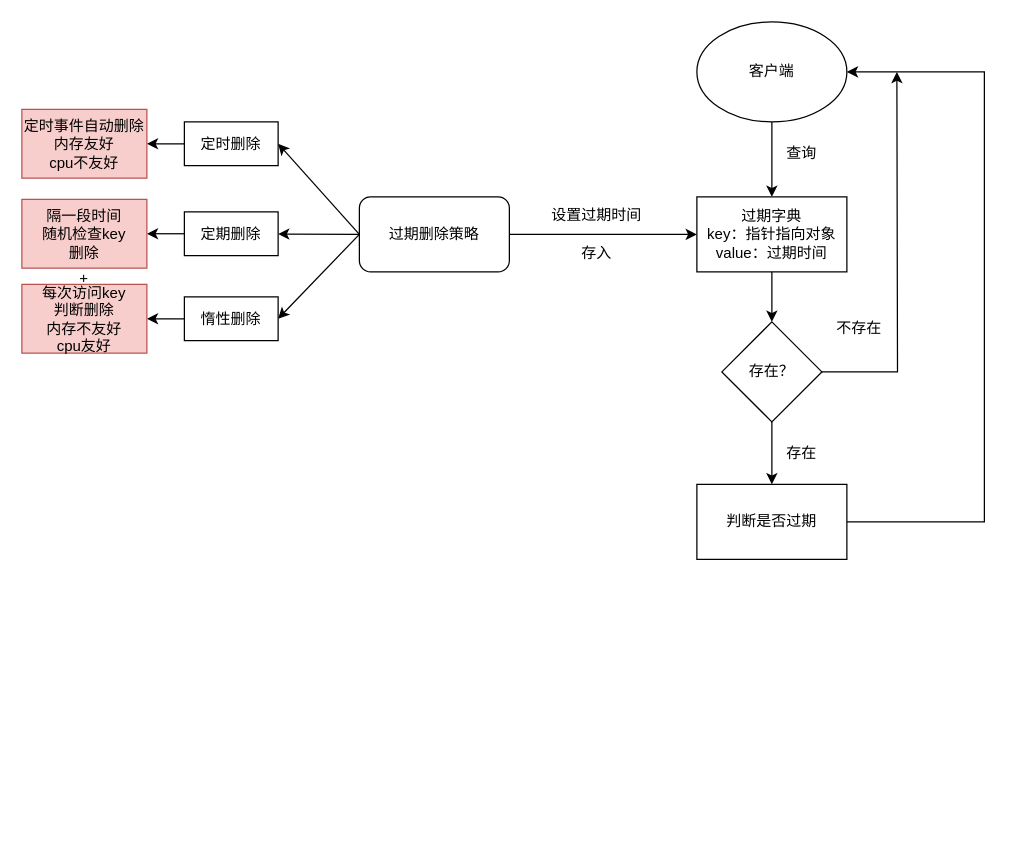
1155200424/diagrams keeps this draw.io diagram as Redis删除淘汰策略.drawio. Above is the earlier version. Source tidied: cells renumbered, new cells numbered last; positions are measured from the earlier drawing's top-left corner, leaving out a move shared by most shapes. Both pictures are drawn from the tidied source at 125%, with x=0, y=0 at pixel (21, 21).
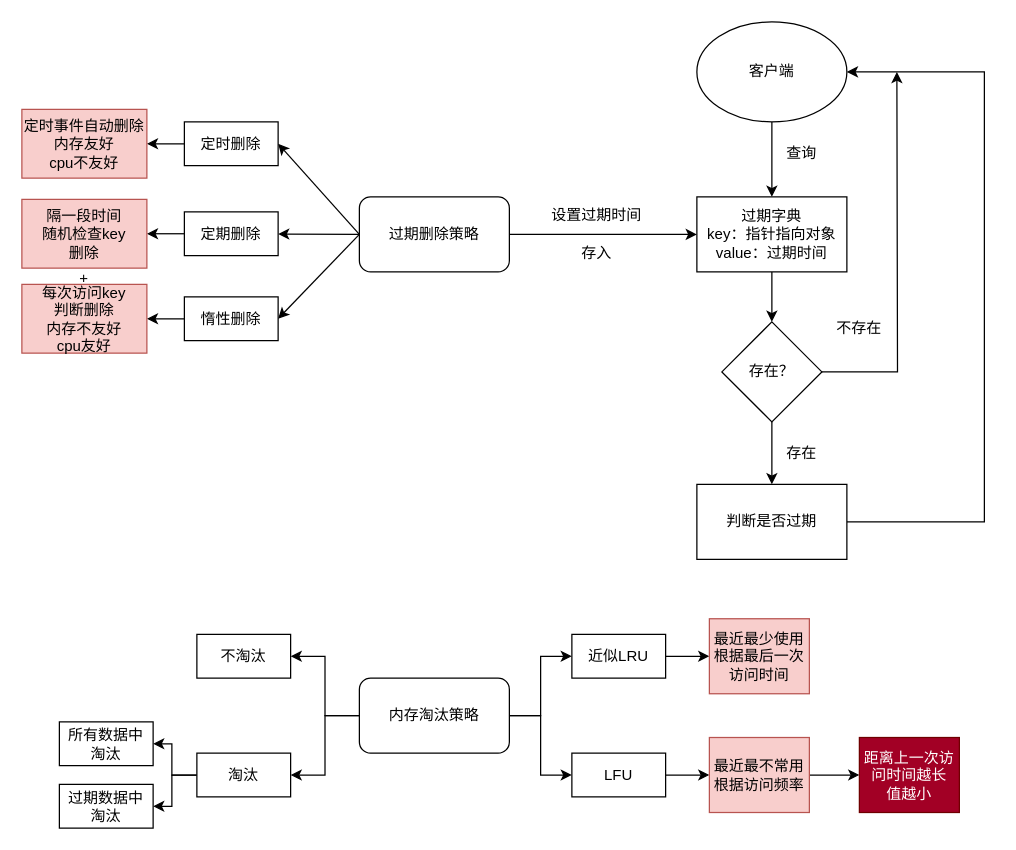
After the change.

Commit message (it also covers changes not shown here):
更新Redis删除淘汰策略.drawio

The edit, as a diff of the source:
```diff
@@
+    <mxCell id="32" style="edgeStyle=orthogonalEdgeStyle;rounded=0;jettySize=auto;html=1;exitX=0;exitY=0.5;exitDx=0;exitDy=0;entryX=1;entryY=0.5;entryDx=0;entryDy=0;" parent="1" edge="1" source="36" target="37">
+      <mxGeometry relative="1" as="geometry" />
+    </mxCell>
+    <mxCell id="33" style="edgeStyle=orthogonalEdgeStyle;rounded=0;jettySize=auto;html=1;exitX=0;exitY=0.5;exitDx=0;exitDy=0;entryX=1;entryY=0.5;entryDx=0;entryDy=0;" parent="1" edge="1" source="36" target="40">
+      <mxGeometry relative="1" as="geometry" />
+    </mxCell>
+    <mxCell id="34" style="edgeStyle=orthogonalEdgeStyle;rounded=0;jettySize=auto;html=1;exitX=1;exitY=0.5;exitDx=0;exitDy=0;entryX=0;entryY=0.5;entryDx=0;entryDy=0;" parent="1" edge="1" source="36" target="44">
+      <mxGeometry relative="1" as="geometry" />
+    </mxCell>
+    <mxCell id="35" style="edgeStyle=orthogonalEdgeStyle;rounded=0;jettySize=auto;html=1;exitX=1;exitY=0.5;exitDx=0;exitDy=0;entryX=0;entryY=0.5;entryDx=0;entryDy=0;" parent="1" edge="1" source="36" target="46">
+      <mxGeometry relative="1" as="geometry" />
+    </mxCell>
+    <mxCell id="36" value="内存淘汰策略" style="rounded=1;whiteSpace=wrap;html=1;" parent="1" vertex="1">
+      <mxGeometry x="270" y="525" width="120" height="60" as="geometry" />
+    </mxCell>
+    <mxCell id="37" value="不淘汰" style="rounded=0;whiteSpace=wrap;html=1;" parent="1" vertex="1">
+      <mxGeometry x="140" y="490" width="75" height="35" as="geometry" />
+    </mxCell>
+    <mxCell id="38" style="edgeStyle=orthogonalEdgeStyle;rounded=0;jettySize=auto;html=1;exitX=0;exitY=0.5;exitDx=0;exitDy=0;entryX=1;entryY=0.5;entryDx=0;entryDy=0;" parent="1" edge="1" source="40" target="41">
+      <mxGeometry relative="1" as="geometry" />
+    </mxCell>
+    <mxCell id="39" style="edgeStyle=orthogonalEdgeStyle;rounded=0;jettySize=auto;html=1;exitX=0;exitY=0.5;exitDx=0;exitDy=0;entryX=1;entryY=0.5;entryDx=0;entryDy=0;" parent="1" edge="1" source="40" target="42">
+      <mxGeometry relative="1" as="geometry" />
+    </mxCell>
+    <mxCell id="40" value="淘汰" style="rounded=0;whiteSpace=wrap;html=1;" parent="1" vertex="1">
+      <mxGeometry x="140" y="585" width="75" height="35" as="geometry" />
+    </mxCell>
+    <mxCell id="41" value="所有数据中&lt;br&gt;淘汰" style="rounded=0;whiteSpace=wrap;html=1;" parent="1" vertex="1">
+      <mxGeometry x="30" y="560" width="75" height="35" as="geometry" />
+    </mxCell>
+    <mxCell id="42" value="过期数据中&lt;br&gt;淘汰" style="rounded=0;whiteSpace=wrap;html=1;" parent="1" vertex="1">
+      <mxGeometry x="30" y="610" width="75" height="35" as="geometry" />
+    </mxCell>
+    <mxCell id="43" style="edgeStyle=orthogonalEdgeStyle;rounded=0;jettySize=auto;html=1;exitX=1;exitY=0.5;exitDx=0;exitDy=0;entryX=0;entryY=0.5;entryDx=0;entryDy=0;" parent="1" edge="1" source="44" target="47">
+      <mxGeometry relative="1" as="geometry" />
+    </mxCell>
+    <mxCell id="44" value="近似LRU" style="rounded=0;whiteSpace=wrap;html=1;" parent="1" vertex="1">
+      <mxGeometry x="440" y="490" width="75" height="35" as="geometry" />
+    </mxCell>
+    <mxCell id="45" style="edgeStyle=orthogonalEdgeStyle;rounded=0;jettySize=auto;html=1;exitX=1;exitY=0.5;exitDx=0;exitDy=0;entryX=0;entryY=0.5;entryDx=0;entryDy=0;" parent="1" edge="1" source="46" target="49">
+      <mxGeometry relative="1" as="geometry" />
+    </mxCell>
+    <mxCell id="46" value="LFU" style="rounded=0;whiteSpace=wrap;html=1;" parent="1" vertex="1">
+      <mxGeometry x="440" y="585" width="75" height="35" as="geometry" />
+    </mxCell>
+    <mxCell id="47" value="最近最少使用&lt;br&gt;根据最后一次访问时间" style="text;html=1;align=center;verticalAlign=middle;whiteSpace=wrap;rounded=0;fillColor=#f8cecc;strokeColor=#b85450;" parent="1" vertex="1">
+      <mxGeometry x="550" y="477.5" width="80" height="60" as="geometry" />
+    </mxCell>
+    <mxCell id="48" style="edgeStyle=orthogonalEdgeStyle;rounded=0;jettySize=auto;html=1;exitX=1;exitY=0.5;exitDx=0;exitDy=0;entryX=0;entryY=0.5;entryDx=0;entryDy=0;" parent="1" edge="1" source="49" target="50">
+      <mxGeometry relative="1" as="geometry" />
+    </mxCell>
+    <mxCell id="49" value="最近最不常用&lt;br&gt;根据访问频率" style="text;html=1;align=center;verticalAlign=middle;whiteSpace=wrap;rounded=0;fillColor=#f8cecc;strokeColor=#b85450;" parent="1" vertex="1">
+      <mxGeometry x="550" y="572.5" width="80" height="60" as="geometry" />
+    </mxCell>
+    <mxCell id="50" value="距离上一次访问时间越长&lt;br&gt;值越小" style="text;html=1;align=center;verticalAlign=middle;whiteSpace=wrap;rounded=0;fillColor=#a20025;strokeColor=#6F0000;fontColor=#ffffff;" parent="1" vertex="1">
+      <mxGeometry x="670" y="572.5" width="80" height="60" as="geometry" />
+    </mxCell>
```
